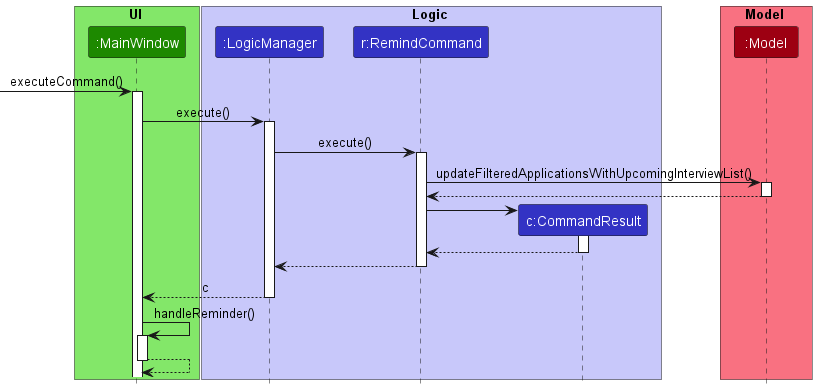
nus-cs2103-AY2223S1/tp keeps this PlantUML diagram as docs/images/RemindSequenceDiagram.png. Above is the earlier version. The source it was exported from:
```plantuml
@startuml
!include style.puml

box UI UI_COLOR_T1
participant ":MainWindow" as MainWindow UI_COLOR
end box

box Logic LOGIC_COLOR_T1
participant ":LogicManager" as LogicManager LOGIC_COLOR
participant "r:RemindCommand" as RemindCommand LOGIC_COLOR
participant "c:CommandResult" as CommandResult LOGIC_COLOR
end box

box Model MODEL_COLOR_T1
participant ":Model" as Model MODEL_COLOR
end box

[-> MainWindow : executeCommand()
activate MainWindow

MainWindow -> LogicManager : execute()
activate LogicManager

LogicManager -> RemindCommand : execute()
activate RemindCommand

RemindCommand -> Model : updateFilteredApplicationsWithUpcomingInterviewList()
activate Model

Model --> RemindCommand
deactivate Model

create CommandResult
RemindCommand -> CommandResult :
activate CommandResult

CommandResult --> RemindCommand
deactivate CommandResult

RemindCommand --> LogicManager
deactivate RemindCommand


LogicManager --> MainWindow : c
deactivate LogicManager

MainWindow -> MainWindow : handleReminder()
activate MainWindow

MainWindow --> MainWindow
deactivate MainWindow

@enduml
```
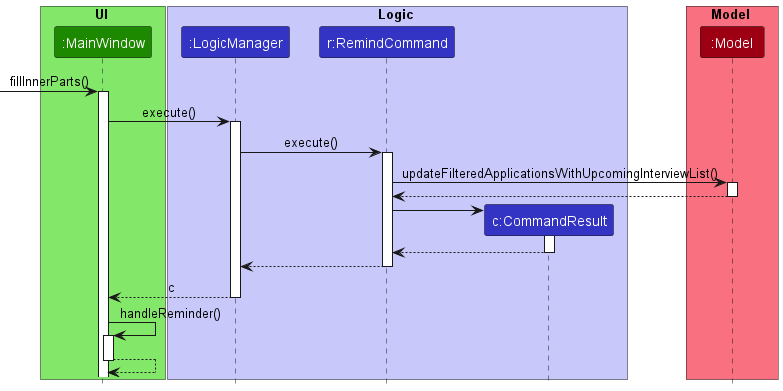
Above is the later version.

What changed in the source:
```diff
@@ -15,7 +15,7 @@
 participant ":Model" as Model MODEL_COLOR
 end box
 
-[-> MainWindow : executeCommand()
+[-> MainWindow : fillInnerParts()
 activate MainWindow
 
 MainWindow -> LogicManager : execute()
```
